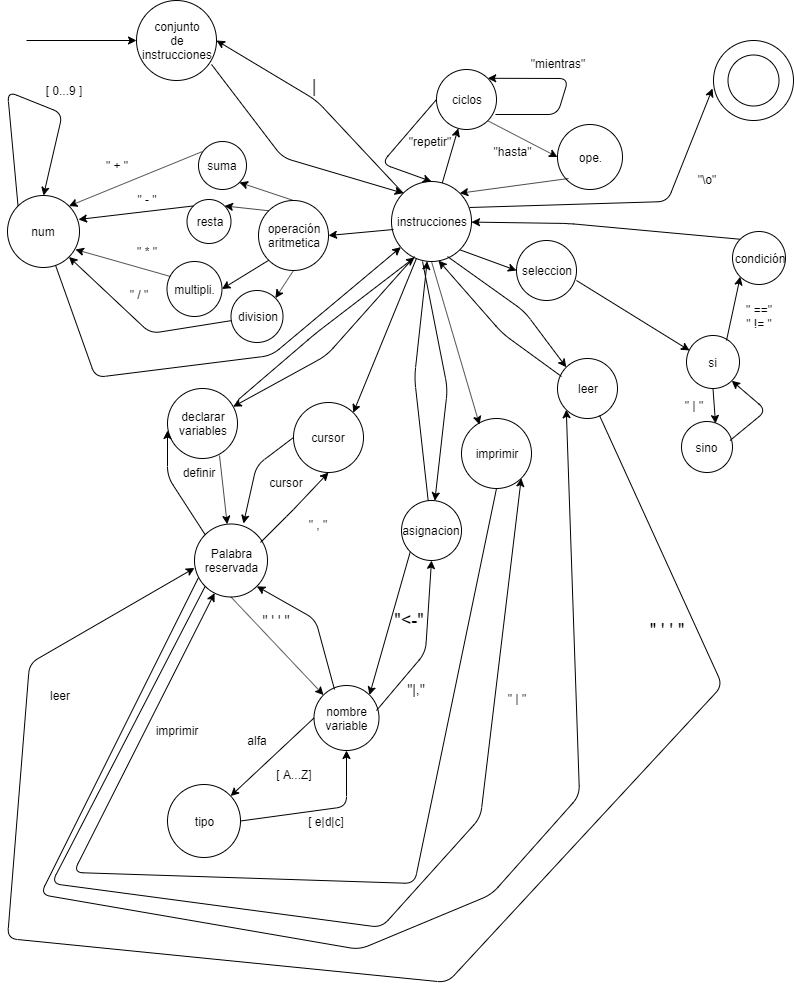
yoselynv/Lenguajes keeps this draw.io diagram as MaquinaDeEstado.png. Above is the earlier version. Source tidied: cells renumbered, new cells last; positions are measured from the earlier drawing's top-left corner, leaving out a move shared by most shapes.
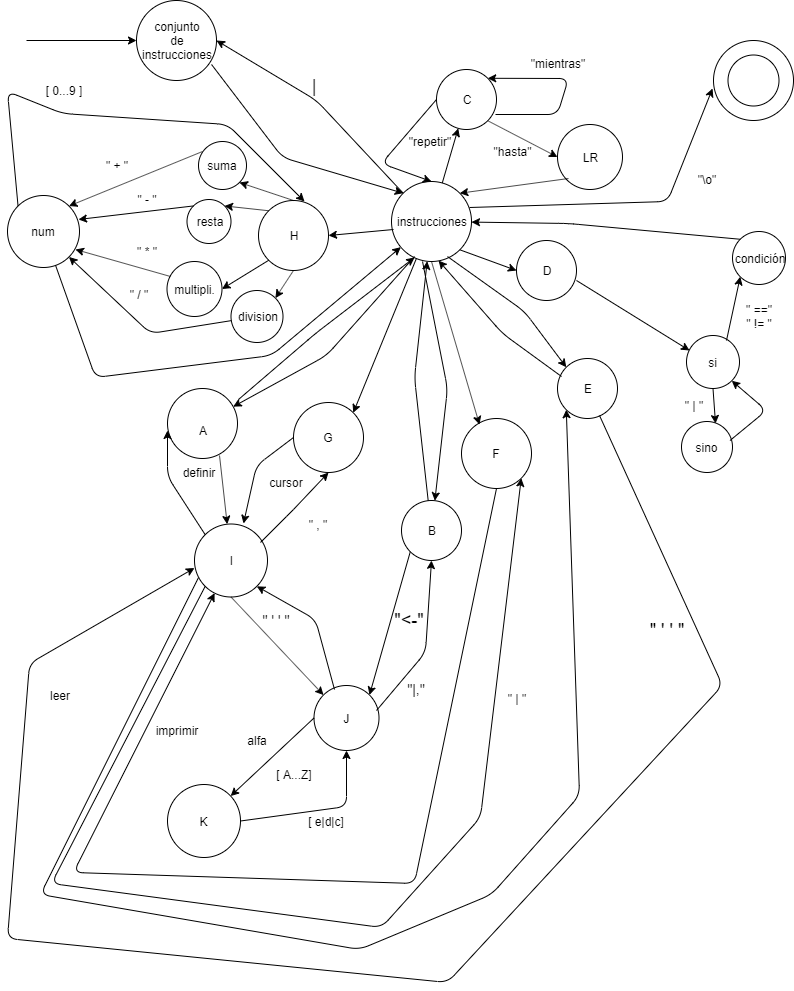
After the commit.

Change to the diagram source:
```diff
@@ -10,7 +10,7 @@
         <mxPoint x="19" y="40" as="sourcePoint" />
       </mxGeometry>
     </mxCell>
-    <mxCell id="4" value="instrucciones&lt;br&gt;" style="ellipse;whiteSpace=wrap;html=1;" parent="1" vertex="1">
+    <mxCell id="4" value="instrucciones" style="ellipse;whiteSpace=wrap;html=1;" parent="1" vertex="1">
       <mxGeometry x="384" y="181" width="80" height="80" as="geometry" />
     </mxCell>
     <mxCell id="5" style="endArrow=classic;html=1;exitX=0.938;exitY=0.8;exitDx=0;exitDy=0;exitPerimeter=0;entryX=0;entryY=0;entryDx=0;entryDy=0;" parent="1" edge="1" source="2" target="4">
@@ -20,28 +20,28 @@
         </Array>
       </mxGeometry>
     </mxCell>
-    <mxCell id="6" value="declarar&lt;br&gt;variables" style="ellipse;whiteSpace=wrap;html=1;" parent="1" vertex="1">
+    <mxCell id="6" value="&lt;br&gt;A" style="ellipse;whiteSpace=wrap;html=1;" parent="1" vertex="1">
       <mxGeometry x="160" y="388" width="70" height="70" as="geometry" />
     </mxCell>
-    <mxCell id="7" value="asignacion" style="ellipse;whiteSpace=wrap;html=1;" parent="1" vertex="1">
+    <mxCell id="7" value="B" style="ellipse;whiteSpace=wrap;html=1;" parent="1" vertex="1">
       <mxGeometry x="394" y="500" width="60" height="60" as="geometry" />
     </mxCell>
-    <mxCell id="8" value="ciclos&lt;br&gt;" style="ellipse;whiteSpace=wrap;html=1;" parent="1" vertex="1">
+    <mxCell id="8" value="C" style="ellipse;whiteSpace=wrap;html=1;" parent="1" vertex="1">
       <mxGeometry x="429" y="69" width="60" height="60" as="geometry" />
     </mxCell>
-    <mxCell id="9" value="seleccion" style="ellipse;whiteSpace=wrap;html=1;" parent="1" vertex="1">
+    <mxCell id="9" value="D" style="ellipse;whiteSpace=wrap;html=1;" parent="1" vertex="1">
       <mxGeometry x="509" y="240" width="60" height="60" as="geometry" />
     </mxCell>
-    <mxCell id="10" value="leer" style="ellipse;whiteSpace=wrap;html=1;" parent="1" vertex="1">
+    <mxCell id="10" value="E" style="ellipse;whiteSpace=wrap;html=1;" parent="1" vertex="1">
       <mxGeometry x="550" y="358" width="60" height="60" as="geometry" />
     </mxCell>
-    <mxCell id="11" value="imprimir" style="ellipse;whiteSpace=wrap;html=1;" parent="1" vertex="1">
+    <mxCell id="11" value="F" style="ellipse;whiteSpace=wrap;html=1;" parent="1" vertex="1">
       <mxGeometry x="454" y="418" width="70" height="70" as="geometry" />
     </mxCell>
-    <mxCell id="12" value="cursor" style="ellipse;whiteSpace=wrap;html=1;" parent="1" vertex="1">
+    <mxCell id="12" value="G" style="ellipse;whiteSpace=wrap;html=1;" parent="1" vertex="1">
       <mxGeometry x="286" y="402" width="70" height="70" as="geometry" />
     </mxCell>
-    <mxCell id="13" value="operación&lt;br&gt;aritmetica" style="ellipse;whiteSpace=wrap;html=1;" parent="1" vertex="1">
+    <mxCell id="13" value="H" style="ellipse;whiteSpace=wrap;html=1;" parent="1" vertex="1">
       <mxGeometry x="251" y="200" width="70" height="70" as="geometry" />
     </mxCell>
     <mxCell id="14" style="endArrow=classic;html=1;exitX=0.388;exitY=1;exitDx=0;exitDy=0;exitPerimeter=0;" parent="1" edge="1" source="4" target="7">
@@ -91,16 +91,16 @@
     <mxCell id="23" style="endArrow=classic;html=1;exitX=0.743;exitY=0.957;exitDx=0;exitDy=0;exitPerimeter=0;" parent="1" edge="1" source="6" target="24">
       <mxGeometry relative="1" as="geometry" />
     </mxCell>
-    <mxCell id="24" value="Palabra&lt;br&gt;reservada" style="ellipse;whiteSpace=wrap;html=1;" parent="1" vertex="1">
+    <mxCell id="24" value="I" style="ellipse;whiteSpace=wrap;html=1;" parent="1" vertex="1">
       <mxGeometry x="187" y="523.5" width="73" height="73" as="geometry" />
     </mxCell>
-    <mxCell id="25" value="nombre&lt;br&gt;variable" style="ellipse;whiteSpace=wrap;html=1;" parent="1" vertex="1">
+    <mxCell id="25" value="J" style="ellipse;whiteSpace=wrap;html=1;" parent="1" vertex="1">
       <mxGeometry x="306.5" y="685" width="65" height="65" as="geometry" />
     </mxCell>
     <mxCell id="26" style="endArrow=classic;html=1;entryX=1;entryY=0;entryDx=0;entryDy=0;exitX=0;exitY=1;exitDx=0;exitDy=0;" parent="1" edge="1" source="7" target="25">
       <mxGeometry relative="1" as="geometry" />
     </mxCell>
-    <mxCell id="27" value="ope." style="ellipse;whiteSpace=wrap;html=1;" parent="1" vertex="1">
+    <mxCell id="27" value="LR" style="ellipse;whiteSpace=wrap;html=1;" parent="1" vertex="1">
       <mxGeometry x="550" y="124" width="65" height="65" as="geometry" />
     </mxCell>
     <mxCell id="28" style="endArrow=classic;html=1;entryX=0;entryY=0.5;entryDx=0;entryDy=0;exitX=1;exitY=1;exitDx=0;exitDy=0;" parent="1" edge="1" source="8" target="27">
@@ -164,7 +164,7 @@
     <mxCell id="40" style="endArrow=classic;html=1;exitX=0;exitY=0.5;exitDx=0;exitDy=0;" parent="1" edge="1" source="25" target="41">
       <mxGeometry relative="1" as="geometry" />
     </mxCell>
-    <mxCell id="41" value="tipo&lt;br&gt;" style="ellipse;whiteSpace=wrap;html=1;" parent="1" vertex="1">
+    <mxCell id="41" value="K" style="ellipse;whiteSpace=wrap;html=1;" parent="1" vertex="1">
       <mxGeometry x="160" y="784" width="73" height="73" as="geometry" />
     </mxCell>
     <mxCell id="42" style="endArrow=classic;html=1;exitX=0.7;exitY=0.95;exitDx=0;exitDy=0;exitPerimeter=0;entryX=0;entryY=0.603;entryDx=0;entryDy=0;entryPerimeter=0;" parent="1" edge="1" source="10" target="24">
@@ -244,11 +244,13 @@
         </Array>
       </mxGeometry>
     </mxCell>
-    <mxCell id="59" style="endArrow=classic;html=1;exitX=0;exitY=0;exitDx=0;exitDy=0;entryX=0.5;entryY=0;entryDx=0;entryDy=0;" parent="1" edge="1" source="54" target="54">
+    <mxCell id="59" style="endArrow=classic;html=1;exitX=0;exitY=0;exitDx=0;exitDy=0;" parent="1" edge="1" source="54">
       <mxGeometry relative="1" as="geometry">
+        <mxPoint x="297" y="201" as="targetPoint" />
         <Array as="points">
           <mxPoint y="91" />
           <mxPoint x="55" y="113" />
+          <mxPoint x="220" y="124" />
         </Array>
       </mxGeometry>
     </mxCell>
```
